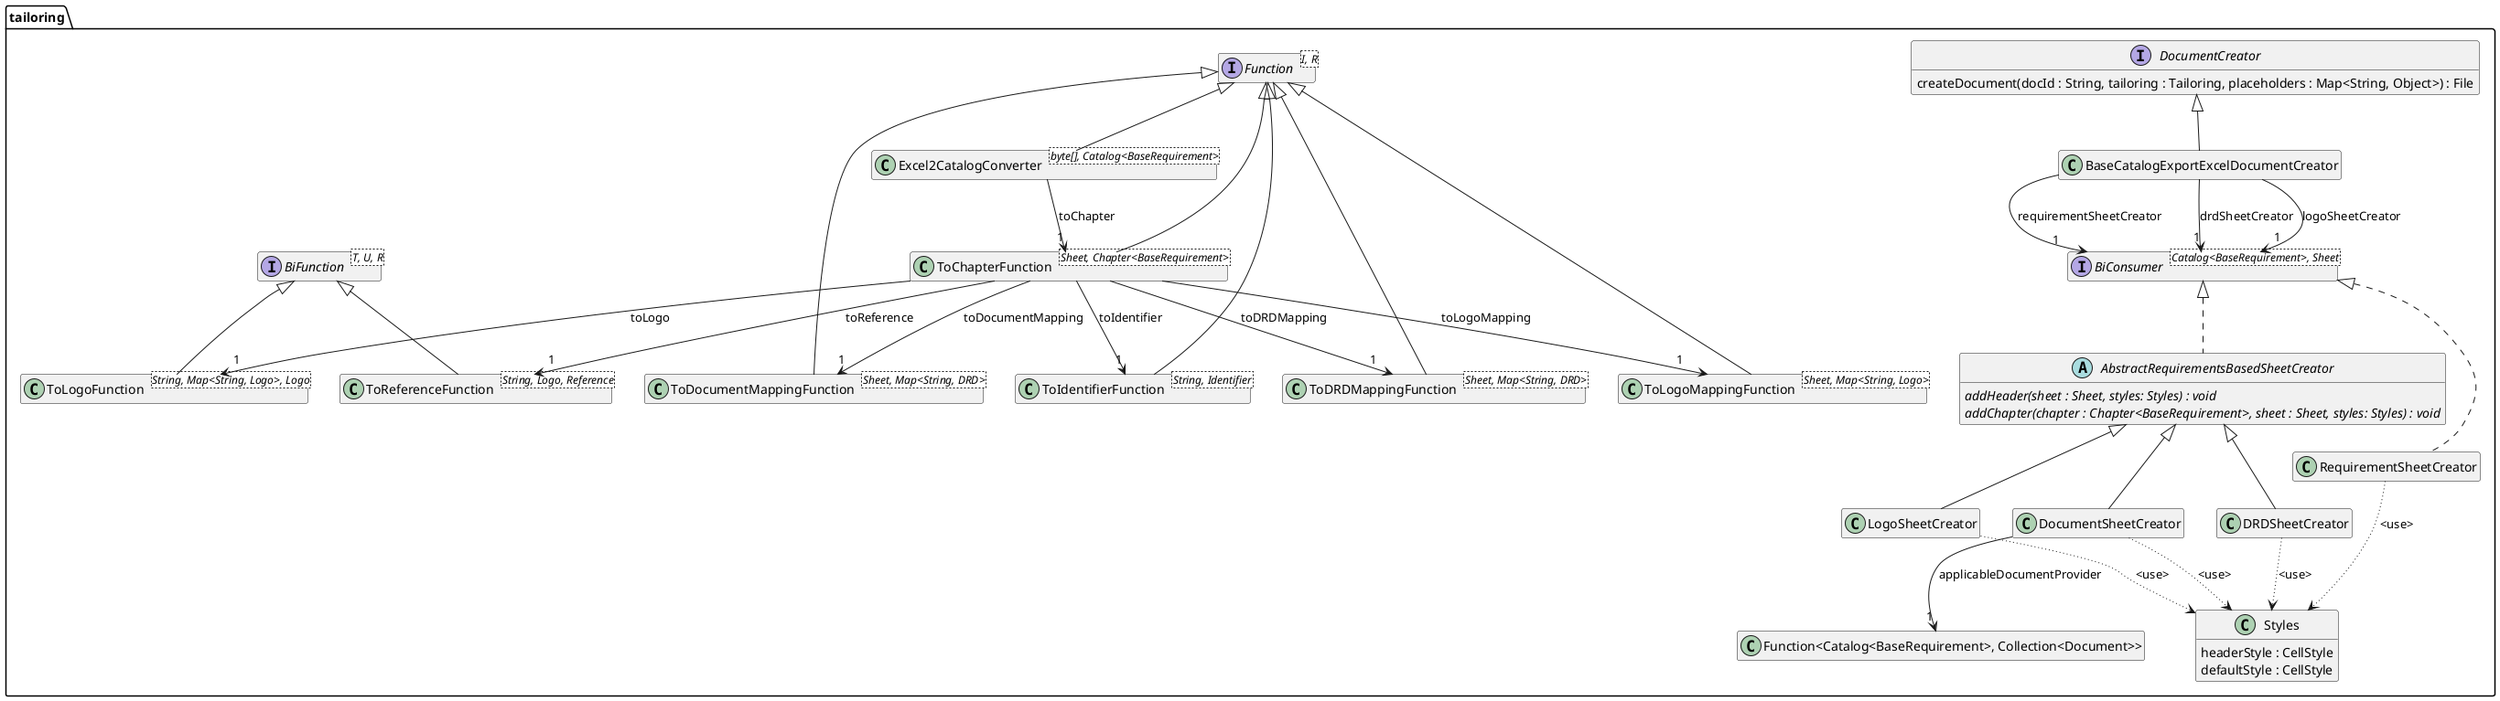
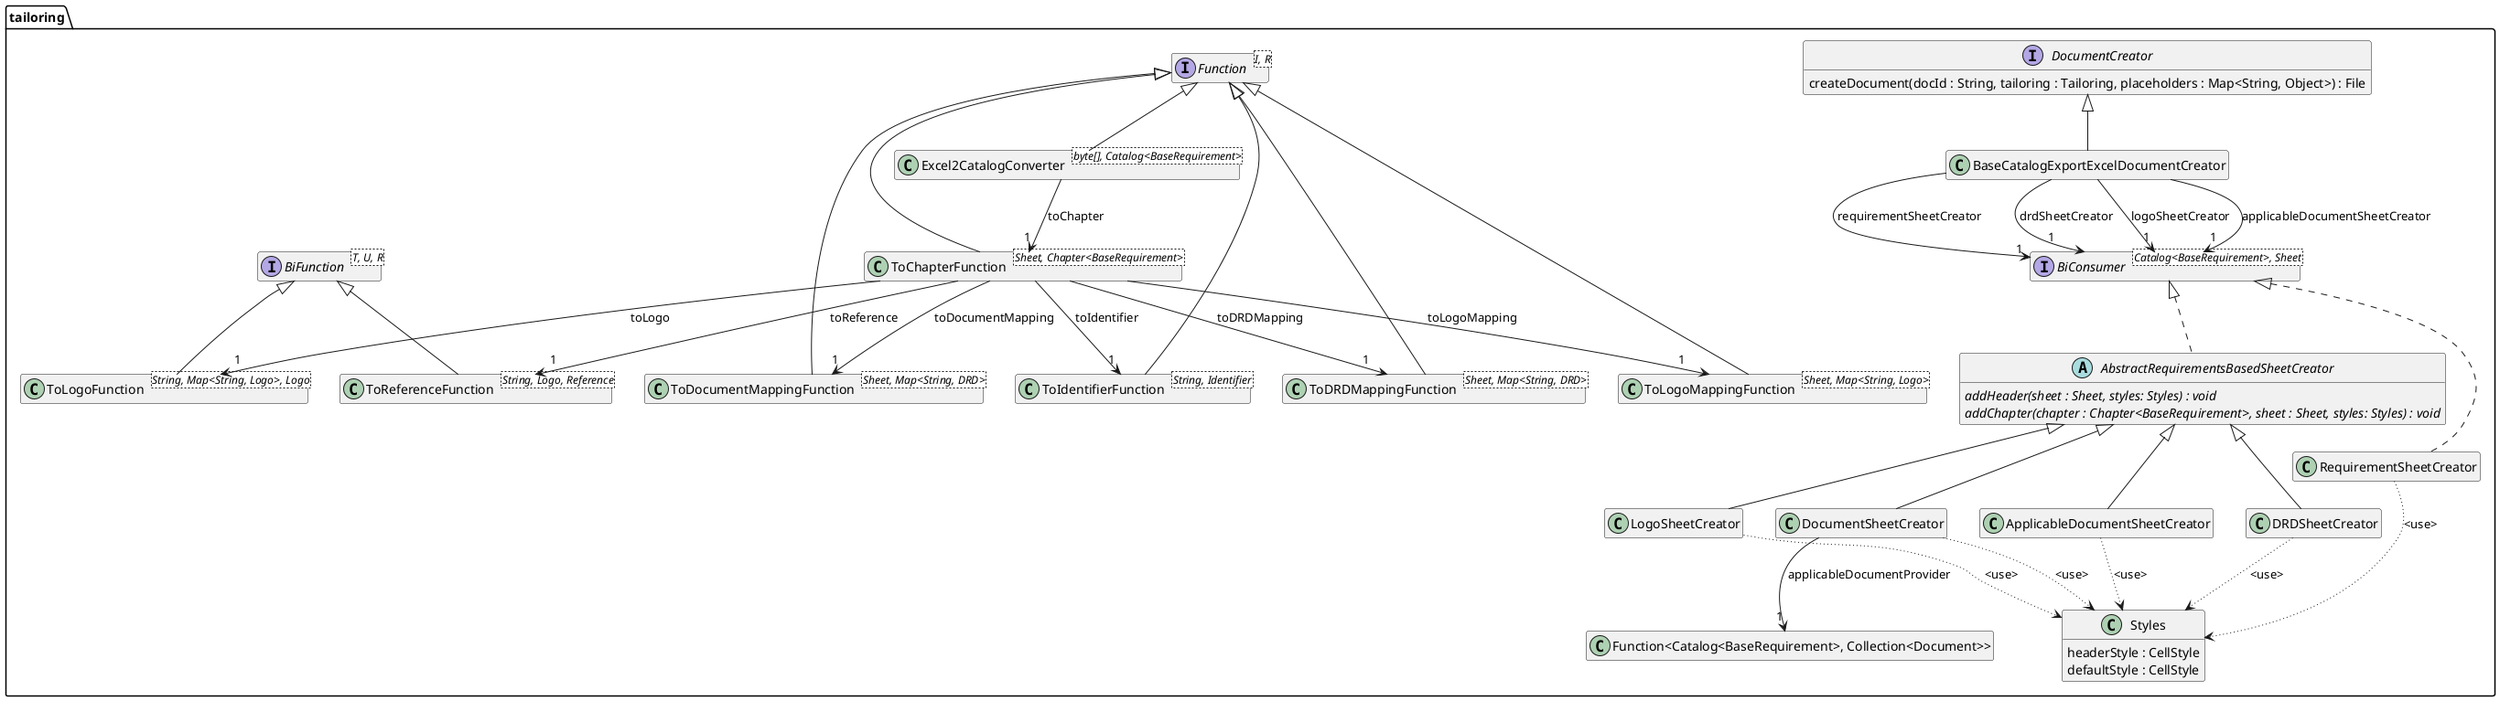
@startuml Ebene3.png
hide empty members

package tailoring {

    interface DocumentCreator {
        createDocument(docId : String, tailoring : Tailoring, placeholders : Map<String, Object>) : File
    }

    interface "BiConsumer<Catalog<BaseRequirement>, Sheet>" as sheetCreator {
    }

    class Styles {
        headerStyle : CellStyle
        defaultStyle : CellStyle
    }

    abstract class AbstractRequirementsBasedSheetCreator {
        {abstract}addHeader(sheet : Sheet, styles: Styles) : void
        {abstract}addChapter(chapter : Chapter<BaseRequirement>, sheet : Sheet, styles: Styles) : void
    }
    sheetCreator <|.. AbstractRequirementsBasedSheetCreator

    class RequirementSheetCreator {
    }
    sheetCreator <|.. RequirementSheetCreator

    RequirementSheetCreator -[dotted]-> Styles : <use>

    class DRDSheetCreator {
    }
    AbstractRequirementsBasedSheetCreator <|-- DRDSheetCreator
    DRDSheetCreator -[dotted]-> Styles : <use>

    class DocumentSheetCreator {
    }
    AbstractRequirementsBasedSheetCreator <|-- DocumentSheetCreator
    DocumentSheetCreator --> "1" "Function<Catalog<BaseRequirement>, Collection<Document>>" :  applicableDocumentProvider
    DocumentSheetCreator -[dotted]-> Styles : <use>

    class LogoSheetCreator {
    }
    AbstractRequirementsBasedSheetCreator <|-- LogoSheetCreator
    LogoSheetCreator -[dotted]-> Styles : <use>

+     class ApplicableDocumentSheetCreator {
+     }
+     AbstractRequirementsBasedSheetCreator <|-- ApplicableDocumentSheetCreator
+     ApplicableDocumentSheetCreator -[dotted]-> Styles : <use>
+ 
    class BaseCatalogExportExcelDocumentCreator {
    }
    DocumentCreator <|-- BaseCatalogExportExcelDocumentCreator

    BaseCatalogExportExcelDocumentCreator --> "1" sheetCreator : requirementSheetCreator
    BaseCatalogExportExcelDocumentCreator --> "1" sheetCreator : drdSheetCreator
    BaseCatalogExportExcelDocumentCreator --> "1" sheetCreator : logoSheetCreator
+     BaseCatalogExportExcelDocumentCreator --> "1" sheetCreator : applicableDocumentSheetCreator

    interface "Function<I, R>" as function {
    }
    interface "BiFunction<T, U, R>" as biFunction {
    }



    class "ToChapterFunction<Sheet, Chapter<BaseRequirement>>" as chapterFunction {
    }
    function <|-- chapterFunction
    chapterFunction --> "1" drdMappingFunction : toDRDMapping
    chapterFunction --> "1" logoMappingFunction : toLogoMapping
    chapterFunction --> "1" documentMappingFunction : toDocumentMapping
    chapterFunction --> "1" identifierFunction : toIdentifier
    chapterFunction --> "1" logoFunction : toLogo
    chapterFunction --> "1" referenceFunction: toReference

    class "ToDRDMappingFunction<Sheet, Map<String, DRD>>" as drdMappingFunction {
    }
    function <|-- drdMappingFunction

    class "ToDocumentMappingFunction<Sheet, Map<String, DRD>>" as documentMappingFunction {
    }
    function <|-- documentMappingFunction

    class "ToIdentifierFunction<String, Identifier>" as identifierFunction{
    }
    function <|-- identifierFunction

    class "ToLogoFunction<String, Map<String, Logo>, Logo>" as logoFunction{
    }
    biFunction <|-- logoFunction

    class "ToLogoMappingFunction<Sheet, Map<String, Logo>>" as logoMappingFunction {
    }
    function <|-- logoMappingFunction

    class "ToReferenceFunction<String, Logo, Reference>" as referenceFunction{
    }
    biFunction <|-- referenceFunction

    class "Excel2CatalogConverter<byte[], Catalog<BaseRequirement>>" as excel2CatalogConverter {
    }
    function <|-- excel2CatalogConverter
    excel2CatalogConverter --> "1" chapterFunction : toChapter


}
@enduml
